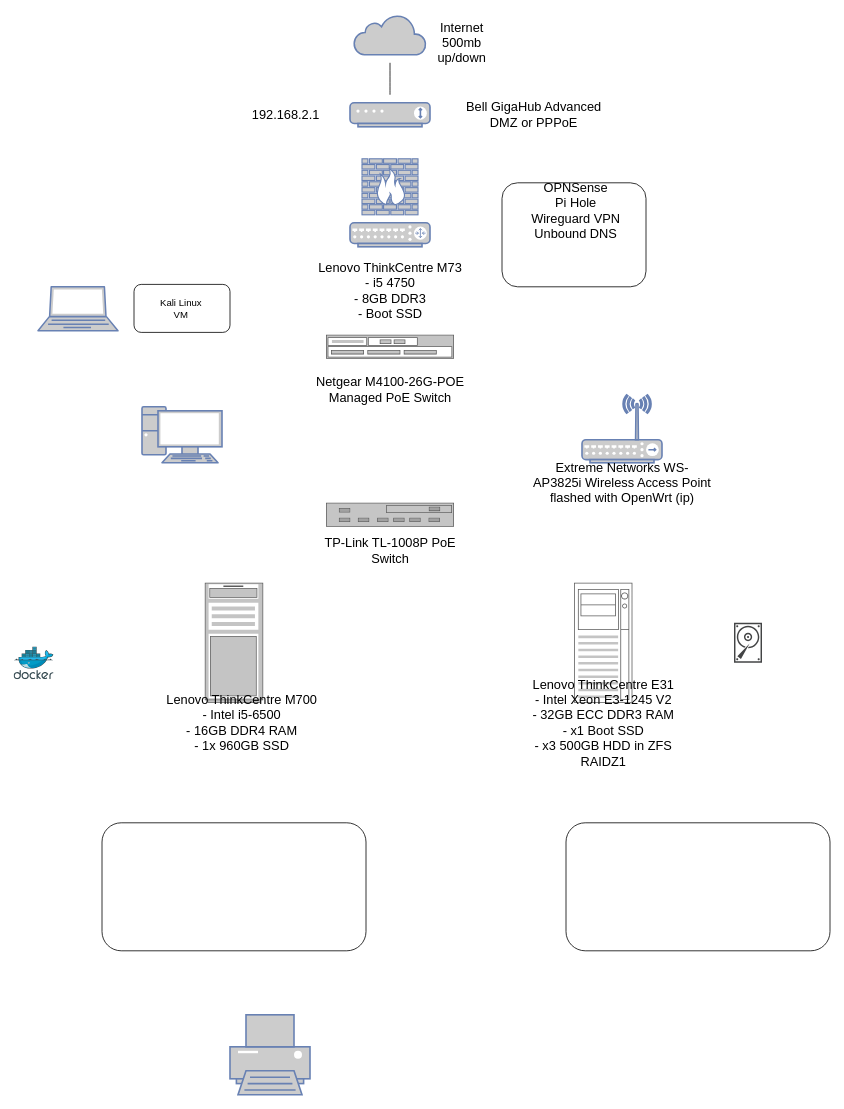
lawrence-matsuoka/home-server keeps this draw.io diagram as network-diagram.drawio. Above is the earlier version. Source tidied: cells renumbered, new cells numbered last; positions are measured from the earlier drawing's top-left corner, leaving out a move shared by most shapes. Both pictures are drawn from the tidied source at 80%, with x=0, y=0 at pixel (14, 14).
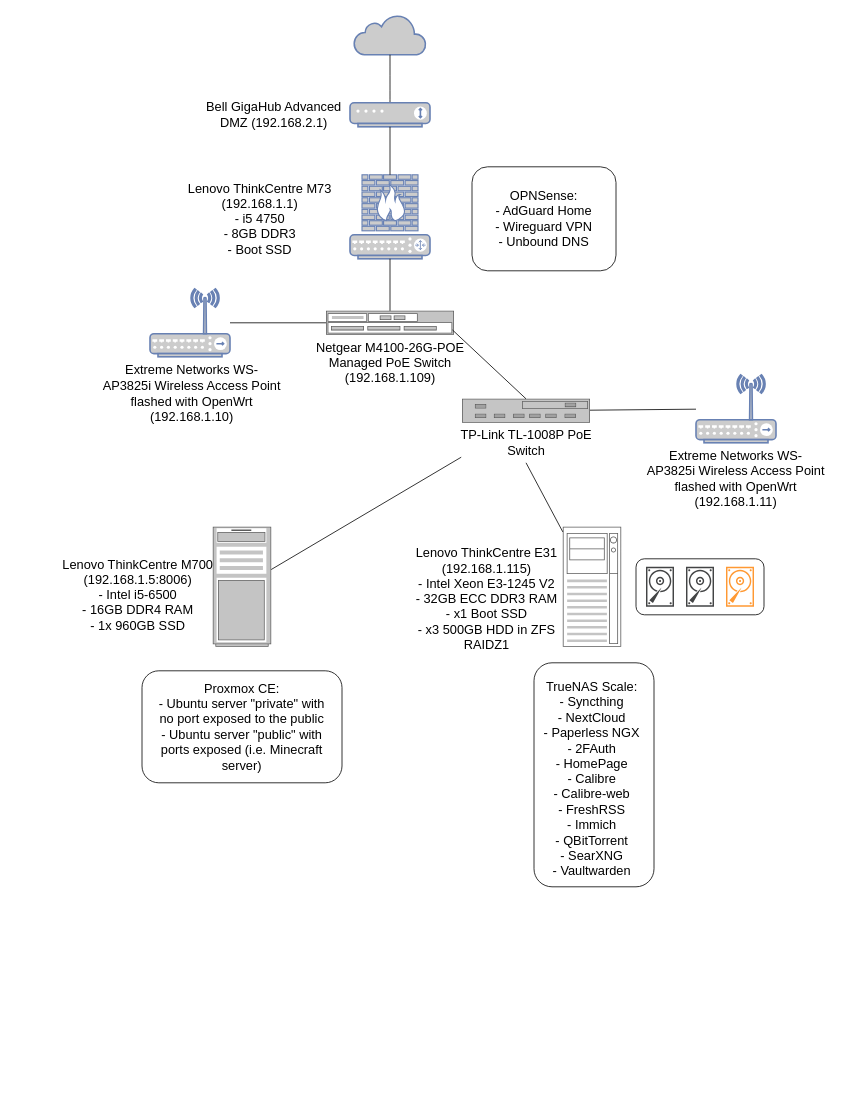
After the change.

Commit message (it also covers changes not shown here):
add network diagram

The change refers to these unchanged cells:
```xml
<mxCell id="2" style="html=1;outlineConnect=0;fillColor=#CCCCCC;strokeColor=#6881B3;gradientColor=none;gradientDirection=north;strokeWidth=2;shape=mxgraph.networks.cloud;fontColor=#ffffff;" parent="1" vertex="1">
  <mxGeometry x="425" width="90" height="50" as="geometry" />
</mxCell>
<mxCell id="5" style="fontColor=#0066CC;verticalAlign=top;verticalLabelPosition=bottom;labelPosition=center;align=center;html=1;outlineConnect=0;fillColor=#CCCCCC;strokeColor=#6881B3;gradientColor=none;gradientDirection=north;strokeWidth=2;shape=mxgraph.networks.modem;" parent="1" vertex="1">
  <mxGeometry x="420" y="110" width="100" height="30" as="geometry" />
</mxCell>
```

Diff of the diagram source:
```diff
@@
+    <mxCell id="32" style="rounded=1;whiteSpace=wrap;html=1;" parent="1" vertex="1">
+      <mxGeometry x="777.5" y="680" width="160" height="70" as="geometry" />
+    </mxCell>
@@
-    <mxCell id="3" value="Internet 500mb up/down" style="text;html=1;align=center;verticalAlign=middle;whiteSpace=wrap;rounded=0;fontSize=16;" parent="1" vertex="1">
-      <mxGeometry x="530" y="20" width="60" height="30" as="geometry" />
-    </mxCell>
-    <mxCell id="4" style="endArrow=none;html=1;rounded=0;fontSize=12;startSize=8;endSize=8;curved=1;" parent="1" edge="1">
-      <mxGeometry relative="1" as="geometry">
-        <mxPoint x="470" y="100" as="sourcePoint" />
-        <mxPoint x="470" y="60" as="targetPoint" />
-      </mxGeometry>
+    <mxCell id="4" style="endArrow=none;html=1;rounded=0;fontSize=12;startSize=8;endSize=8;curved=1;entryX=0.5;entryY=1;entryDx=0;entryDy=0;entryPerimeter=0;" parent="1" edge="1" source="5" target="2">
+      <mxGeometry relative="1" as="geometry" />
     </mxCell>
@@
-    <mxCell id="6" value="Bell GigaHub Advanced DMZ or PPPoE" style="text;html=1;align=center;verticalAlign=middle;whiteSpace=wrap;rounded=0;fontSize=16;" parent="1" vertex="1">
-      <mxGeometry x="550" y="110" width="200" height="30" as="geometry" />
+    <mxCell id="6" value="Bell GigaHub Advanced DMZ (192.168.2.1)" style="text;html=1;align=center;verticalAlign=middle;whiteSpace=wrap;rounded=0;fontSize=16;" parent="1" vertex="1">
+      <mxGeometry x="225" y="110" width="200" height="30" as="geometry" />
     </mxCell>
     <mxCell id="7" style="fontColor=#0066CC;verticalAlign=top;verticalLabelPosition=bottom;labelPosition=center;align=center;html=1;outlineConnect=0;fillColor=#CCCCCC;strokeColor=#6881B3;gradientColor=none;gradientDirection=north;strokeWidth=2;shape=mxgraph.networks.router;" parent="1" vertex="1">
-      <mxGeometry x="420" y="260" width="100" height="30" as="geometry" />
+      <mxGeometry x="420" y="275" width="100" height="30" as="geometry" />
     </mxCell>
-    <mxCell id="8" value="Lenovo ThinkCentre M73&lt;div&gt;- i5 4750&lt;/div&gt;&lt;div&gt;- 8GB DDR3&lt;/div&gt;&lt;div&gt;- Boot SSD&lt;/div&gt;" style="text;html=1;align=center;verticalAlign=middle;whiteSpace=wrap;rounded=0;fontSize=16;" parent="1" vertex="1">
-      <mxGeometry x="357.5" y="300" width="225" height="90" as="geometry" />
+    <mxCell id="8" value="Lenovo ThinkCentre M73 (192.168.1.1)&lt;div&gt;- i5 4750&lt;/div&gt;&lt;div&gt;- 8GB DDR3&lt;/div&gt;&lt;div&gt;- Boot SSD&lt;/div&gt;" style="text;html=1;align=center;verticalAlign=middle;whiteSpace=wrap;rounded=0;fontSize=16;" parent="1" vertex="1">
+      <mxGeometry x="195" y="210" width="225" height="90" as="geometry" />
     </mxCell>
-    <mxCell id="9" style="image;sketch=0;html=1;align=center;fontSize=12;image=img/lib/mscae/Docker.svg;" parent="1" vertex="1">
-      <mxGeometry y="790" width="50" height="41" as="geometry" />
-    </mxCell>
-    <mxCell id="10" style="fontColor=#0066CC;verticalAlign=top;verticalLabelPosition=bottom;labelPosition=center;align=center;html=1;fillColor=#CCCCCC;strokeColor=#6881B3;gradientColor=none;gradientDirection=north;strokeWidth=2;shape=mxgraph.networks.laptop;" parent="1" vertex="1">
-      <mxGeometry x="30" y="340" width="100" height="55" as="geometry" />
-    </mxCell>
-    <mxCell id="11" style="fontColor=#0066CC;verticalAlign=top;verticalLabelPosition=bottom;labelPosition=center;align=center;html=1;fillColor=#CCCCCC;strokeColor=#6881B3;gradientColor=none;gradientDirection=north;strokeWidth=2;shape=mxgraph.networks.pc;" parent="1" vertex="1">
-      <mxGeometry x="160" y="490" width="100" height="70" as="geometry" />
-    </mxCell>
     <mxCell id="12" style="fontColor=#0066CC;verticalAlign=top;verticalLabelPosition=bottom;labelPosition=center;align=center;html=1;outlineConnect=0;fillColor=#CCCCCC;strokeColor=#6881B3;gradientColor=none;gradientDirection=north;strokeWidth=2;shape=mxgraph.networks.firewall;" parent="1" vertex="1">
-      <mxGeometry x="435" y="180" width="70" height="70" as="geometry" />
+      <mxGeometry x="435" y="200" width="70" height="70" as="geometry" />
     </mxCell>
     <mxCell id="13" style="strokeColor=#666666;html=1;labelPosition=right;align=left;spacingLeft=15;shadow=0;dashed=0;outlineConnect=0;shape=mxgraph.rack.general.switches_1;" parent="1" vertex="1">
-      <mxGeometry x="390" y="400" width="160" height="30" as="geometry" />
+      <mxGeometry x="390" y="370" width="160" height="30" as="geometry" />
     </mxCell>
     <mxCell id="14" style="strokeColor=#666666;html=1;labelPosition=right;align=left;spacingLeft=15;shadow=0;dashed=0;outlineConnect=0;shape=mxgraph.rack.general.switches_2;" parent="1" vertex="1">
-      <mxGeometry x="390" y="610" width="160" height="30" as="geometry" />
+      <mxGeometry x="560" y="480" width="160" height="30" as="geometry" />
     </mxCell>
     <mxCell id="15" style="strokeColor=#666666;html=1;verticalLabelPosition=bottom;labelBackgroundColor=#ffffff;verticalAlign=top;outlineConnect=0;shadow=0;dashed=0;shape=mxgraph.rack.general.server_1;" parent="1" vertex="1">
-      <mxGeometry x="238.5" y="710" width="73" height="150" as="geometry" />
+      <mxGeometry x="248.5" y="640" width="73" height="150" as="geometry" />
     </mxCell>
     <mxCell id="16" style="strokeColor=#666666;html=1;verticalLabelPosition=bottom;labelBackgroundColor=#ffffff;verticalAlign=top;outlineConnect=0;shadow=0;dashed=0;shape=mxgraph.rack.general.server_2;" parent="1" vertex="1">
-      <mxGeometry x="700" y="710" width="73" height="150" as="geometry" />
+      <mxGeometry x="686" y="640" width="73" height="150" as="geometry" />
     </mxCell>
     <mxCell id="17" style="rounded=1;whiteSpace=wrap;html=1;" parent="1" vertex="1">
-      <mxGeometry x="110" y="1010" width="330" height="160" as="geometry" />
+      <mxGeometry x="160" y="820" width="250" height="140" as="geometry" />
     </mxCell>
     <mxCell id="18" style="rounded=1;whiteSpace=wrap;html=1;" parent="1" vertex="1">
-      <mxGeometry x="690" y="1010" width="330" height="160" as="geometry" />
+      <mxGeometry x="650" y="810" width="150" height="280" as="geometry" />
     </mxCell>
     <mxCell id="19" style="rounded=1;whiteSpace=wrap;html=1;" parent="1" vertex="1">
-      <mxGeometry x="610" y="210" width="180" height="130" as="geometry" />
+      <mxGeometry x="572.5" y="190" width="180" height="130" as="geometry" />
     </mxCell>
-    <mxCell id="20" value="Lenovo ThinkCentre M700&lt;div&gt;- Intel i5-6500&lt;/div&gt;&lt;div&gt;- 16GB DDR4 RAM&lt;/div&gt;&lt;div&gt;- 1x 960GB SSD&lt;/div&gt;" style="text;html=1;align=center;verticalAlign=middle;whiteSpace=wrap;rounded=0;fontSize=16;" parent="1" vertex="1">
-      <mxGeometry x="180" y="870" width="210" height="30" as="geometry" />
+    <mxCell id="20" value="&lt;div&gt;Proxmox CE:&lt;/div&gt;&lt;div&gt;- Ubuntu server &quot;private&quot; with no port exposed to the public&lt;/div&gt;&lt;div&gt;- Ubuntu server &quot;public&quot; with ports exposed (i.e. Minecraft server)&lt;/div&gt;" style="text;html=1;align=center;verticalAlign=middle;whiteSpace=wrap;rounded=0;fontSize=16;" parent="1" vertex="1">
+      <mxGeometry x="180" y="875" width="210" height="30" as="geometry" />
     </mxCell>
-    <mxCell id="21" value="Lenovo ThinkCentre E31&lt;div&gt;- Intel Xeon E3-1245 V2&lt;/div&gt;&lt;div&gt;- 32GB ECC DDR3 RAM&lt;/div&gt;&lt;div&gt;- x1 Boot SSD&lt;/div&gt;&lt;div&gt;- x3 500GB HDD in ZFS RAIDZ1&lt;/div&gt;" style="text;html=1;align=center;verticalAlign=middle;whiteSpace=wrap;rounded=0;fontSize=16;" parent="1" vertex="1">
-      <mxGeometry x="631.5" y="870" width="210" height="30" as="geometry" />
+    <mxCell id="21" value="Lenovo ThinkCentre E31 (192.168.1.115)&lt;div&gt;- Intel Xeon E3-1245 V2&lt;/div&gt;&lt;div&gt;- 32GB ECC DDR3 RAM&lt;/div&gt;&lt;div&gt;- x1 Boot SSD&lt;/div&gt;&lt;div&gt;- x3 500GB HDD in ZFS RAIDZ1&lt;/div&gt;" style="text;html=1;align=center;verticalAlign=middle;whiteSpace=wrap;rounded=0;fontSize=16;" parent="1" vertex="1">
+      <mxGeometry x="486" y="715" width="210" height="30" as="geometry" />
     </mxCell>
-    <mxCell id="22" value="OPNSense&lt;div&gt;Pi Hole&lt;/div&gt;&lt;div&gt;Wireguard VPN&lt;/div&gt;&lt;div&gt;Unbound DNS&lt;/div&gt;" style="text;html=1;align=center;verticalAlign=middle;whiteSpace=wrap;rounded=0;fontSize=16;" parent="1" vertex="1">
-      <mxGeometry x="590" y="200" width="225" height="90" as="geometry" />
+    <mxCell id="22" value="OPNSense:&lt;div&gt;- AdGuard Home&lt;/div&gt;&lt;div&gt;- Wireguard VPN&lt;/div&gt;&lt;div&gt;- Unbound DNS&lt;/div&gt;" style="text;html=1;align=center;verticalAlign=middle;whiteSpace=wrap;rounded=0;fontSize=16;" parent="1" vertex="1">
+      <mxGeometry x="550" y="210" width="225" height="90" as="geometry" />
     </mxCell>
-    <mxCell id="23" value="Netgear M4100-26G-POE Managed PoE Switch" style="text;html=1;align=center;verticalAlign=middle;whiteSpace=wrap;rounded=0;fontSize=16;" parent="1" vertex="1">
-      <mxGeometry x="357.5" y="422.5" width="225" height="90" as="geometry" />
+    <mxCell id="23" value="Netgear M4100-26G-POE Managed PoE Switch (192.168.1.109)" style="text;html=1;align=center;verticalAlign=middle;whiteSpace=wrap;rounded=0;fontSize=16;" parent="1" vertex="1">
+      <mxGeometry x="357.5" y="390" width="225" height="90" as="geometry" />
     </mxCell>
     <mxCell id="24" value="TP-Link TL-1008P PoE Switch" style="text;html=1;align=center;verticalAlign=middle;whiteSpace=wrap;rounded=0;fontSize=16;" parent="1" vertex="1">
-      <mxGeometry x="378.8" y="644.5" width="182.5" height="50" as="geometry" />
+      <mxGeometry x="548.8" y="510" width="182.5" height="50" as="geometry" />
     </mxCell>
     <mxCell id="25" style="sketch=0;shadow=0;dashed=0;html=1;strokeColor=none;fillColor=#434445;labelPosition=center;verticalLabelPosition=bottom;verticalAlign=top;align=center;shape=mxgraph.vvd.disk;" parent="1" vertex="1">
-      <mxGeometry x="900" y="760" width="35" height="50" as="geometry" />
+      <mxGeometry x="790" y="690" width="35" height="50" as="geometry" />
     </mxCell>
     <mxCell id="26" style="fontColor=#0066CC;verticalAlign=top;verticalLabelPosition=bottom;labelPosition=center;align=center;html=1;outlineConnect=0;fillColor=#CCCCCC;strokeColor=#6881B3;gradientColor=none;gradientDirection=north;strokeWidth=2;shape=mxgraph.networks.wireless_hub;" parent="1" vertex="1">
-      <mxGeometry x="710" y="475" width="100" height="85" as="geometry" />
+      <mxGeometry x="170" y="342.5" width="100" height="85" as="geometry" />
     </mxCell>
-    <mxCell id="27" value="192.168.2.1" style="text;html=1;align=center;verticalAlign=middle;whiteSpace=wrap;rounded=0;fontSize=16;" parent="1" vertex="1">
-      <mxGeometry x="270" y="110" width="140" height="30" as="geometry" />
-    </mxCell>
-    <mxCell id="28" style="fontColor=#0066CC;verticalAlign=top;verticalLabelPosition=bottom;labelPosition=center;align=center;html=1;fillColor=#CCCCCC;strokeColor=#6881B3;gradientColor=none;gradientDirection=north;strokeWidth=2;shape=mxgraph.networks.printer;" parent="1" vertex="1">
-      <mxGeometry x="270" y="1250" width="100" height="100" as="geometry" />
-    </mxCell>
-    <mxCell id="29" style="rounded=1;whiteSpace=wrap;html=1;" parent="1" vertex="1">
-      <mxGeometry x="150" y="337" width="120" height="60" as="geometry" />
-    </mxCell>
-    <mxCell id="30" value="Kali Linux VM" style="text;html=1;align=center;verticalAlign=middle;whiteSpace=wrap;rounded=0;" parent="1" vertex="1">
-      <mxGeometry x="179" y="352" width="60" height="30" as="geometry" />
-    </mxCell>
-    <mxCell id="31" value="Extreme Networks WS-AP3825i Wireless Access Point flashed with OpenWrt (ip)" style="text;html=1;align=center;verticalAlign=middle;whiteSpace=wrap;rounded=0;fontSize=16;" parent="1" vertex="1">
-      <mxGeometry x="647.5" y="540" width="225" height="90" as="geometry" />
+    <mxCell id="31" value="Extreme Networks WS-AP3825i Wireless Access Point flashed with OpenWrt (192.168.1.10)" style="text;html=1;align=center;verticalAlign=middle;whiteSpace=wrap;rounded=0;fontSize=16;" parent="1" vertex="1">
+      <mxGeometry x="110" y="427.5" width="225" height="90" as="geometry" />
     </mxCell>
+    <mxCell id="33" style="sketch=0;shadow=0;dashed=0;html=1;strokeColor=none;fillColor=#FF9933;labelPosition=center;verticalLabelPosition=bottom;verticalAlign=top;align=center;shape=mxgraph.vvd.disk;" parent="1" vertex="1">
+      <mxGeometry x="890" y="690" width="35" height="50" as="geometry" />
+    </mxCell>
+    <mxCell id="34" style="sketch=0;shadow=0;dashed=0;html=1;strokeColor=none;fillColor=#434445;labelPosition=center;verticalLabelPosition=bottom;verticalAlign=top;align=center;shape=mxgraph.vvd.disk;" parent="1" vertex="1">
+      <mxGeometry x="840" y="690" width="35" height="50" as="geometry" />
+    </mxCell>
+    <mxCell id="35" style="fontColor=#0066CC;verticalAlign=top;verticalLabelPosition=bottom;labelPosition=center;align=center;html=1;outlineConnect=0;fillColor=#CCCCCC;strokeColor=#6881B3;gradientColor=none;gradientDirection=north;strokeWidth=2;shape=mxgraph.networks.wireless_hub;" parent="1" vertex="1">
+      <mxGeometry x="852.5" y="450" width="100" height="85" as="geometry" />
+    </mxCell>
+    <mxCell id="36" value="Extreme Networks WS-AP3825i Wireless Access Point flashed with OpenWrt (192.168.1.11)" style="text;html=1;align=center;verticalAlign=middle;whiteSpace=wrap;rounded=0;fontSize=16;" parent="1" vertex="1">
+      <mxGeometry x="790" y="535" width="225" height="90" as="geometry" />
+    </mxCell>
+    <mxCell id="37" style="endArrow=none;html=1;rounded=0;exitX=0.5;exitY=0;exitDx=0;exitDy=0;exitPerimeter=0;" parent="1" edge="1" source="12" target="5">
+      <mxGeometry relative="1" as="geometry" />
+    </mxCell>
+    <mxCell id="38" style="endArrow=none;html=1;rounded=0;entryX=0.5;entryY=1;entryDx=0;entryDy=0;entryPerimeter=0;" parent="1" edge="1" source="13" target="7">
+      <mxGeometry relative="1" as="geometry" />
+    </mxCell>
+    <mxCell id="39" style="endArrow=none;html=1;rounded=0;" parent="1" edge="1" source="26" target="13">
+      <mxGeometry relative="1" as="geometry" />
+    </mxCell>
+    <mxCell id="40" style="endArrow=none;html=1;rounded=0;exitX=0.847;exitY=0.044;exitDx=0;exitDy=0;exitPerimeter=0;entryX=0.5;entryY=0;entryDx=0;entryDy=0;entryPerimeter=0;" parent="1" edge="1" source="23" target="14">
+      <mxGeometry relative="1" as="geometry" />
+    </mxCell>
+    <mxCell id="41" style="endArrow=none;html=1;rounded=0;" parent="1" edge="1" source="14" target="35">
+      <mxGeometry relative="1" as="geometry" />
+    </mxCell>
+    <mxCell id="42" value="TrueNAS Scale:&lt;div&gt;- Syncthing&lt;/div&gt;&lt;div&gt;- NextCloud&lt;/div&gt;&lt;div&gt;- Paperless NGX&lt;/div&gt;&lt;div&gt;- 2FAuth&lt;/div&gt;&lt;div&gt;- HomePage&lt;/div&gt;&lt;div&gt;- Calibre&lt;/div&gt;&lt;div&gt;- Calibre-web&lt;/div&gt;&lt;div&gt;- FreshRSS&lt;/div&gt;&lt;div&gt;- Immich&lt;/div&gt;&lt;div&gt;- QBitTorrent&lt;/div&gt;&lt;div&gt;- SearXNG&lt;/div&gt;&lt;div&gt;- Vaultwarden&lt;/div&gt;" style="text;html=1;align=center;verticalAlign=middle;whiteSpace=wrap;rounded=0;fontSize=16;" parent="1" vertex="1">
+      <mxGeometry x="565" y="910" width="315" height="90" as="geometry" />
+    </mxCell>
+    <mxCell id="43" style="endArrow=none;html=1;rounded=0;entryX=0.5;entryY=1;entryDx=0;entryDy=0;" parent="1" edge="1" source="16" target="24">
+      <mxGeometry relative="1" as="geometry" />
+    </mxCell>
+    <mxCell id="44" value="Lenovo ThinkCentre M700 (192.168.1.5:8006)&lt;div&gt;- Intel i5-6500&lt;/div&gt;&lt;div&gt;- 16GB DDR4 RAM&lt;/div&gt;&lt;div&gt;- 1x 960GB SSD&lt;/div&gt;" style="text;html=1;align=center;verticalAlign=middle;whiteSpace=wrap;rounded=0;fontSize=16;" parent="1" vertex="1">
+      <mxGeometry x="50" y="710" width="210" height="30" as="geometry" />
+    </mxCell>
+    <mxCell id="45" style="endArrow=none;html=1;rounded=0;entryX=0.056;entryY=0.86;entryDx=0;entryDy=0;entryPerimeter=0;" parent="1" edge="1" source="15" target="24">
+      <mxGeometry relative="1" as="geometry" />
+    </mxCell>
```
